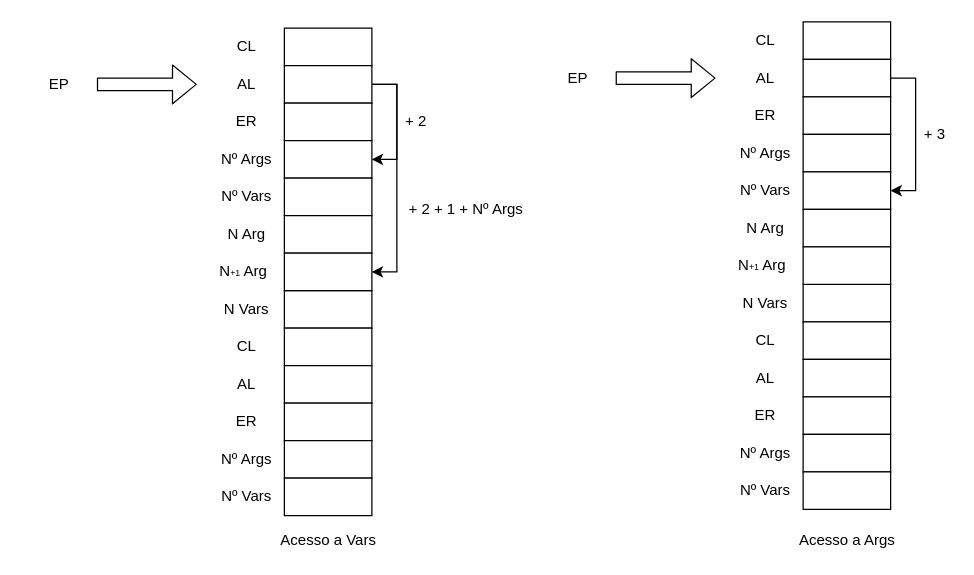
Before: page "Page-1" (1 of 2) of diagramas/push_var.drawio in Tiago-Matinho/LP, a draw.io diagram. Source tidied: cells renumbered, new cells numbered last; positions are measured from the earlier drawing's top-left corner, leaving out a move shared by most shapes. Both pictures are drawn from the tidied source at 125%, with x=0, y=0 at pixel (34, 21).
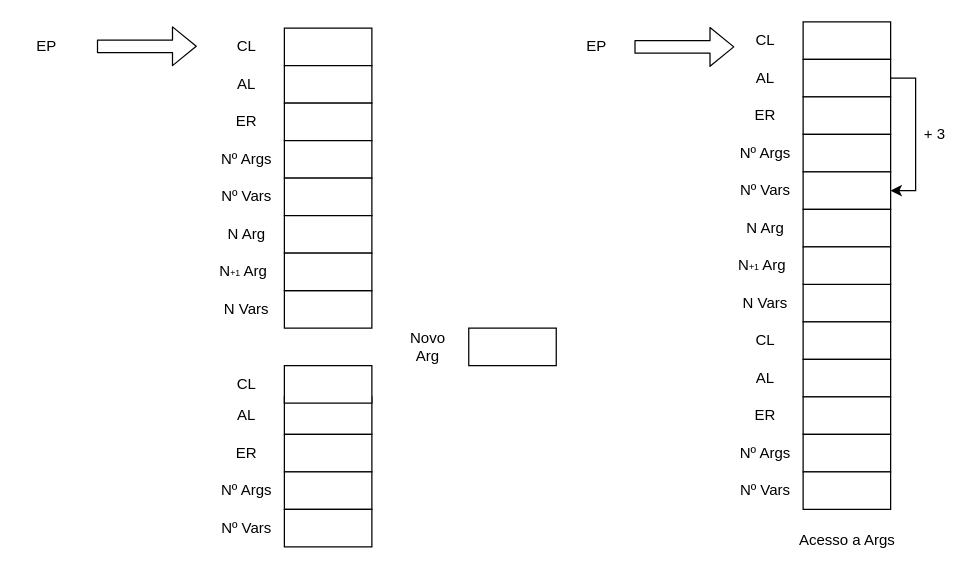
After the change.

Unchanged cells that the change refers to:
```xml
<mxCell id="5" style="rounded=0;whiteSpace=wrap;html=1;" parent="1" vertex="1">
  <mxGeometry x="200" y="35" width="70" height="30" as="geometry" />
</mxCell>
<mxCell id="7" style="rounded=0;whiteSpace=wrap;html=1;" parent="1" vertex="1">
  <mxGeometry x="200" y="95" width="70" height="30" as="geometry" />
</mxCell>
<mxCell id="30" style="rounded=0;whiteSpace=wrap;html=1;" parent="1" vertex="1">
  <mxGeometry x="200" y="185" width="70" height="30" as="geometry" />
</mxCell>
```

Diff of the diagram source:
```diff
@@
-    <mxCell id="3" style="edgeStyle=orthogonalEdgeStyle;rounded=0;jettySize=auto;html=1;exitX=1;exitY=0.5;exitDx=0;exitDy=0;entryX=1;entryY=0.5;entryDx=0;entryDy=0;" parent="1" edge="1" source="5" target="7">
-      <mxGeometry relative="1" as="geometry" />
-    </mxCell>
-    <mxCell id="4" style="edgeStyle=orthogonalEdgeStyle;rounded=0;jettySize=auto;html=1;exitX=1;exitY=0.5;exitDx=0;exitDy=0;entryX=1;entryY=0.5;entryDx=0;entryDy=0;" parent="1" edge="1" source="5" target="30">
-      <mxGeometry relative="1" as="geometry" />
-    </mxCell>
@@
     <mxCell id="11" style="rounded=0;whiteSpace=wrap;html=1;" parent="1" vertex="1">
-      <mxGeometry x="200" y="245" width="70" height="30" as="geometry" />
+      <mxGeometry x="347.5" y="245" width="70" height="30" as="geometry" />
     </mxCell>
     <mxCell id="12" style="rounded=0;whiteSpace=wrap;html=1;" parent="1" vertex="1">
-      <mxGeometry x="200" y="275" width="70" height="30" as="geometry" />
+      <mxGeometry x="200" y="300" width="70" height="30" as="geometry" />
     </mxCell>
     <mxCell id="13" style="rounded=0;whiteSpace=wrap;html=1;" parent="1" vertex="1">
-      <mxGeometry x="200" y="305" width="70" height="30" as="geometry" />
+      <mxGeometry x="200" y="330" width="70" height="30" as="geometry" />
     </mxCell>
     <mxCell id="14" style="rounded=0;whiteSpace=wrap;html=1;" parent="1" vertex="1">
-      <mxGeometry x="200" y="335" width="70" height="30" as="geometry" />
+      <mxGeometry x="200" y="360" width="70" height="30" as="geometry" />
     </mxCell>
     <mxCell id="15" style="rounded=0;whiteSpace=wrap;html=1;" parent="1" vertex="1">
-      <mxGeometry x="200" y="365" width="70" height="30" as="geometry" />
+      <mxGeometry x="200" y="390" width="70" height="30" as="geometry" />
     </mxCell>
@@
     <mxCell id="21" value="CL" style="text;html=1;strokeColor=none;fillColor=none;align=center;verticalAlign=middle;whiteSpace=wrap;rounded=0;" parent="1" vertex="1">
-      <mxGeometry x="150" y="250" width="40" height="20" as="geometry" />
+      <mxGeometry x="150" y="280" width="40" height="20" as="geometry" />
     </mxCell>
     <mxCell id="22" value="AL" style="text;html=1;strokeColor=none;fillColor=none;align=center;verticalAlign=middle;whiteSpace=wrap;rounded=0;" parent="1" vertex="1">
-      <mxGeometry x="150" y="280" width="40" height="20" as="geometry" />
+      <mxGeometry x="150" y="305" width="40" height="20" as="geometry" />
     </mxCell>
     <mxCell id="23" value="ER" style="text;html=1;strokeColor=none;fillColor=none;align=center;verticalAlign=middle;whiteSpace=wrap;rounded=0;" parent="1" vertex="1">
-      <mxGeometry x="150" y="310" width="40" height="20" as="geometry" />
+      <mxGeometry x="150" y="335" width="40" height="20" as="geometry" />
     </mxCell>
     <mxCell id="24" value="Nº Args" style="text;html=1;strokeColor=none;fillColor=none;align=center;verticalAlign=middle;whiteSpace=wrap;rounded=0;" parent="1" vertex="1">
-      <mxGeometry x="145" y="340" width="50" height="20" as="geometry" />
+      <mxGeometry x="145" y="365" width="50" height="20" as="geometry" />
     </mxCell>
     <mxCell id="25" value="Nº Vars" style="text;html=1;strokeColor=none;fillColor=none;align=center;verticalAlign=middle;whiteSpace=wrap;rounded=0;" parent="1" vertex="1">
-      <mxGeometry x="145" y="370" width="50" height="20" as="geometry" />
+      <mxGeometry x="145" y="395" width="50" height="20" as="geometry" />
     </mxCell>
     <mxCell id="26" style="shape=flexArrow;endArrow=classic;html=1;" parent="1" edge="1">
       <mxGeometry relative="1" as="geometry">
-        <mxPoint x="50" y="50" as="sourcePoint" />
-        <mxPoint x="130" y="50" as="targetPoint" />
+        <mxPoint x="50" y="19.5" as="sourcePoint" />
+        <mxPoint x="130" y="19.5" as="targetPoint" />
       </mxGeometry>
     </mxCell>
     <mxCell id="27" value="EP" style="text;html=1;strokeColor=none;fillColor=none;align=center;verticalAlign=middle;whiteSpace=wrap;rounded=0;" parent="1" vertex="1">
-      <mxGeometry y="40" width="40" height="20" as="geometry" />
+      <mxGeometry x="-10" y="10" width="40" height="20" as="geometry" />
     </mxCell>
@@
-    <mxCell id="32" value="+ 2" style="text;html=1;align=center;verticalAlign=middle;" parent="1" vertex="1">
-      <mxGeometry x="290" y="70" width="30" height="20" as="geometry" />
-    </mxCell>
-    <mxCell id="33" value="+ 2 + 1 + Nº Args" style="text;html=1;align=center;verticalAlign=middle;" parent="1" vertex="1">
-      <mxGeometry x="290" y="140" width="110" height="20" as="geometry" />
-    </mxCell>
@@
     <mxCell id="57" style="shape=flexArrow;endArrow=classic;html=1;" parent="1" edge="1">
       <mxGeometry relative="1" as="geometry">
-        <mxPoint x="465" y="45" as="sourcePoint" />
-        <mxPoint x="545" y="45" as="targetPoint" />
+        <mxPoint x="480" y="20" as="sourcePoint" />
+        <mxPoint x="560" y="20" as="targetPoint" />
       </mxGeometry>
     </mxCell>
     <mxCell id="58" value="EP" style="text;html=1;strokeColor=none;fillColor=none;align=center;verticalAlign=middle;whiteSpace=wrap;rounded=0;" parent="1" vertex="1">
-      <mxGeometry x="415" y="35" width="40" height="20" as="geometry" />
+      <mxGeometry x="430" y="10" width="40" height="20" as="geometry" />
     </mxCell>
@@
-    <mxCell id="64" value="Acesso a Vars" style="text;html=1;align=center;verticalAlign=middle;" parent="1" vertex="1">
-      <mxGeometry x="190" y="405" width="90" height="20" as="geometry" />
-    </mxCell>
@@
+    <mxCell id="66" value="Novo Arg" style="text;html=1;strokeColor=none;fillColor=none;align=center;verticalAlign=middle;whiteSpace=wrap;rounded=0;" parent="1" vertex="1">
+      <mxGeometry x="290" y="250" width="50" height="20" as="geometry" />
+    </mxCell>
+    <mxCell id="67" style="rounded=0;whiteSpace=wrap;html=1;" parent="1" vertex="1">
+      <mxGeometry x="200" y="275" width="70" height="30" as="geometry" />
+    </mxCell>
```
